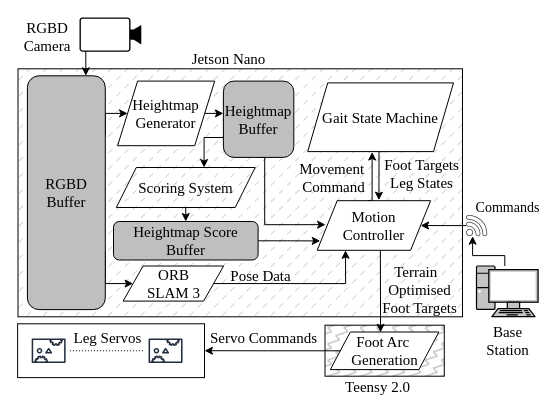
Above: figs/HexapodSystemDiagram.drawio in EpEpDragon/MThesis (draw.io), before the change. Source tidied: cells renumbered, new cells numbered last; positions are measured from the earlier drawing's top-left corner, leaving out a move shared by most shapes. Both pictures are drawn from the tidied source at 100%, with x=0, y=0 at pixel (17, 17).
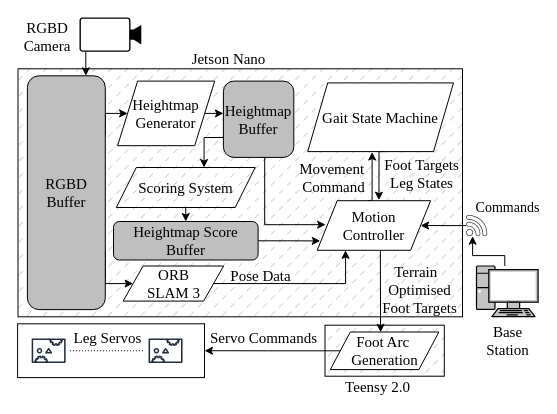
After the change.

The change refers to these unchanged cells:
```xml
<mxCell id="3" style="group;" parent="1" vertex="1">
  <mxGeometry x="0.1" y="20" width="510" height="360" as="geometry" />
</mxCell>
```

Diff of the diagram source:
```diff
@@
-    <mxCell id="32" style="rounded=0;whiteSpace=wrap;html=1;strokeColor=#000000;align=center;verticalAlign=middle;fontFamily=Times New Roman;fontSize=17;fillColor=#C4C4C4;fillStyle=zigzag-line;" parent="3" vertex="1">
+    <mxCell id="32" style="rounded=0;whiteSpace=wrap;html=1;strokeColor=#000000;align=center;verticalAlign=middle;fontFamily=Times New Roman;fontSize=17;fillColor=#C4C4C4;fillStyle=dashed;" parent="3" vertex="1">
       <mxGeometry x="307.4" y="287.7" width="119.3" height="51" as="geometry" />
     </mxCell>
```
